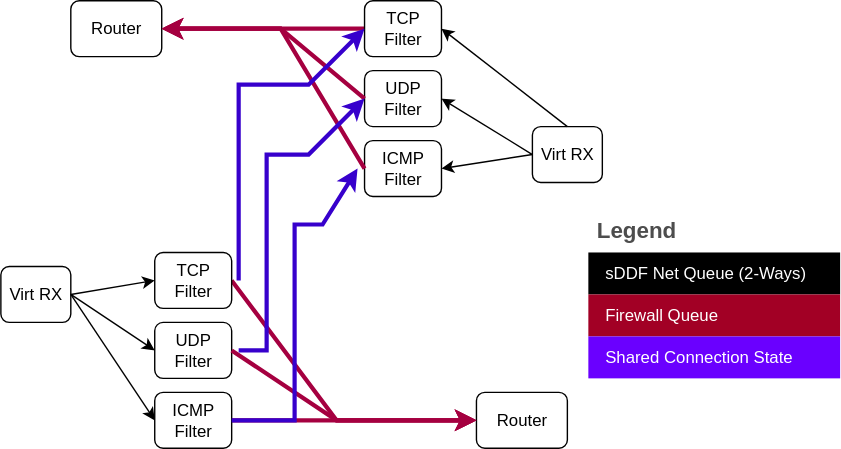
Above: static/filter.svg in au-ts/lionsos.org (draw.io), before the change. Source tidied: cells renumbered, new cells last; positions are measured from the earlier drawing's top-left corner, leaving out a move shared by most shapes.
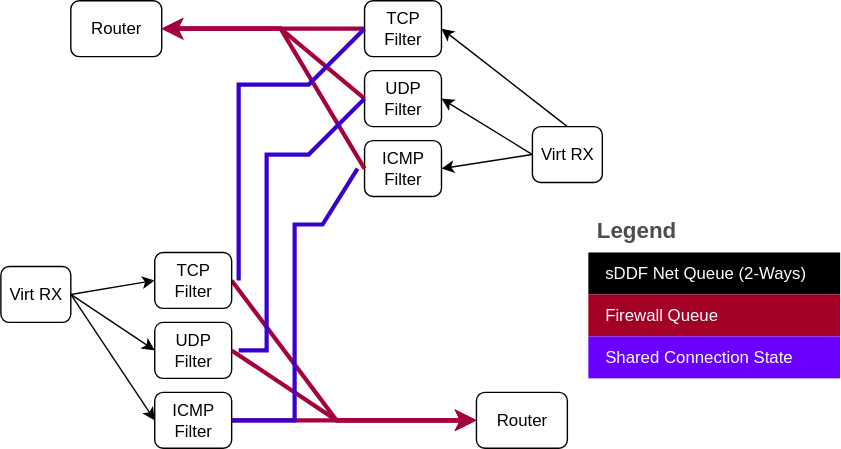
Later version of the same file.

Diff of the diagram source:
```diff
@@ -105,7 +105,7 @@
     <mxCell id="30" value="Shared Connection State" style="shape=partialRectangle;html=1;whiteSpace=wrap;strokeColor=#3700CC;overflow=hidden;fillColor=#6a00ff;top=0;left=0;bottom=0;right=0;fontSize=12;align=left;fontColor=#ffffff;spacingLeft=10;spacingRight=4;" parent="29" vertex="1">
       <mxGeometry width="180" height="30" as="geometry" />
     </mxCell>
-    <mxCell id="31" style="endArrow=classic;html=1;rounded=0;entryX=0;entryY=0.5;entryDx=0;entryDy=0;fillColor=#6a00ff;strokeColor=#3700CC;strokeWidth=3;" parent="1" edge="1" target="16">
+    <mxCell id="31" style="endArrow=none;html=1;rounded=0;entryX=0;entryY=0.5;entryDx=0;entryDy=0;fillColor=#6a00ff;strokeColor=#3700CC;strokeWidth=3;endFill=0;" parent="1" edge="1" target="16">
       <mxGeometry relative="1" as="geometry">
         <mxPoint x="170" y="200" as="sourcePoint" />
         <Array as="points">
@@ -114,7 +114,7 @@
         </Array>
       </mxGeometry>
     </mxCell>
-    <mxCell id="32" style="endArrow=classic;html=1;rounded=0;entryX=0;entryY=0.5;entryDx=0;entryDy=0;fillColor=#6a00ff;strokeColor=#3700CC;strokeWidth=3;" parent="1" edge="1">
+    <mxCell id="32" style="endArrow=none;html=1;rounded=0;entryX=0;entryY=0.5;entryDx=0;entryDy=0;fillColor=#6a00ff;strokeColor=#3700CC;strokeWidth=3;endFill=0;" parent="1" edge="1">
       <mxGeometry relative="1" as="geometry">
         <mxPoint x="170" y="250" as="sourcePoint" />
         <mxPoint x="260" y="70" as="targetPoint" />
@@ -125,7 +125,7 @@
         </Array>
       </mxGeometry>
     </mxCell>
-    <mxCell id="33" style="endArrow=classic;html=1;rounded=0;entryX=0;entryY=0.5;entryDx=0;entryDy=0;fillColor=#6a00ff;strokeColor=#3700CC;strokeWidth=3;" parent="1" edge="1">
+    <mxCell id="33" style="endArrow=none;html=1;rounded=0;entryX=0;entryY=0.5;entryDx=0;entryDy=0;fillColor=#6a00ff;strokeColor=#3700CC;strokeWidth=3;endFill=0;" parent="1" edge="1">
       <mxGeometry relative="1" as="geometry">
         <mxPoint x="165" y="300" as="sourcePoint" />
         <mxPoint x="255" y="120" as="targetPoint" />
```
